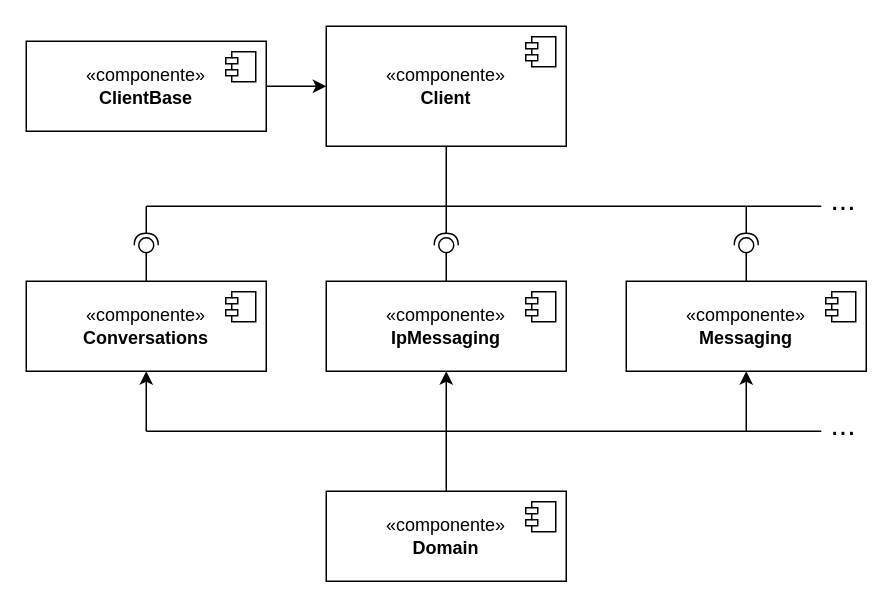
This is VistaFuncionalCliente.drawio from PepeCoral/twilio-latex, a draw.io file, before an edit. Source tidied: cells renumbered, new cells numbered last; positions are measured from the earlier drawing's top-left corner, leaving out a move shared by most shapes. Both pictures are drawn from the tidied source at 150%, with x=0, y=0 at pixel (26, 26).
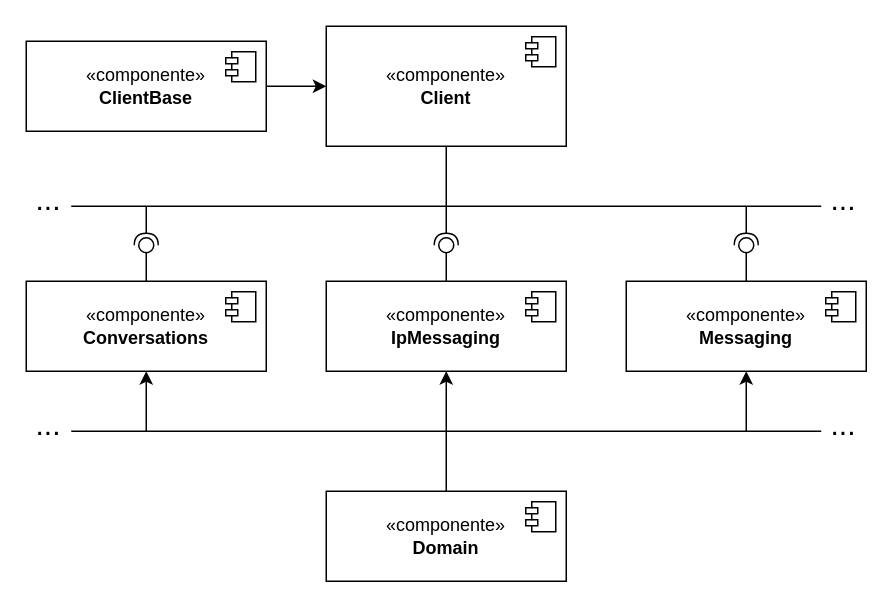
The same diagram, later.

Commit message (it also covers changes not shown here):
Arreglar vista de cliente

The edit, as a diff of the source:
```diff
@@
     <mxCell id="5" style="endArrow=none;html=1;rounded=0;" parent="1" edge="1">
       <mxGeometry relative="1" as="geometry">
-        <mxPoint x="80" y="120" as="sourcePoint" />
+        <mxPoint x="30" y="120" as="sourcePoint" />
         <mxPoint x="530" y="120" as="targetPoint" />
       </mxGeometry>
     </mxCell>
@@
     <mxCell id="13" style="endArrow=none;html=1;rounded=0;" parent="1" edge="1">
       <mxGeometry relative="1" as="geometry">
-        <mxPoint x="80" y="270" as="sourcePoint" />
+        <mxPoint x="30" y="270" as="sourcePoint" />
         <mxPoint x="530" y="270" as="targetPoint" />
       </mxGeometry>
     </mxCell>
@@
+    <mxCell id="32" value="&lt;font style=&quot;font-size: 20px;&quot;&gt;...&lt;/font&gt;" style="text;html=1;align=center;verticalAlign=middle;whiteSpace=wrap;rounded=0;fontSize=20;" parent="1" vertex="1">
+      <mxGeometry y="250" width="30" height="30" as="geometry" />
+    </mxCell>
+    <mxCell id="33" value="&lt;font style=&quot;font-size: 20px;&quot;&gt;...&lt;/font&gt;" style="text;html=1;align=center;verticalAlign=middle;whiteSpace=wrap;rounded=0;fontSize=20;" parent="1" vertex="1">
+      <mxGeometry y="100" width="30" height="30" as="geometry" />
+    </mxCell>
```
